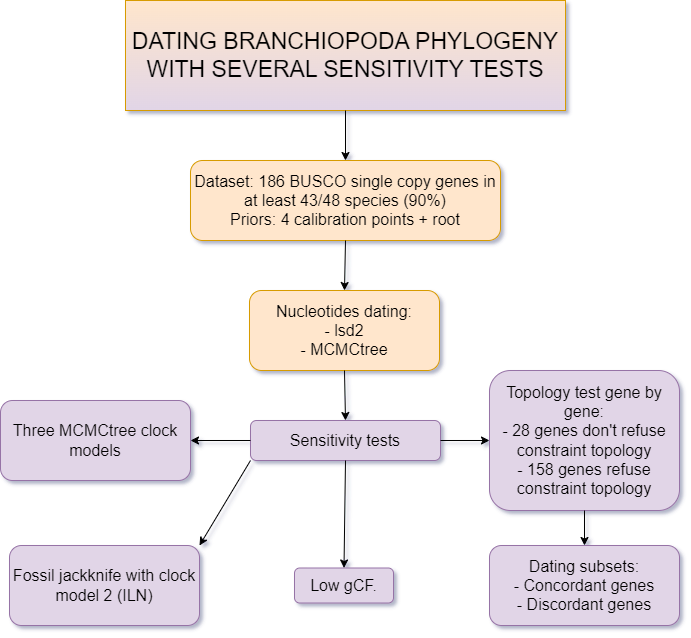
This is Images/Branchio_new_pipeline.drawio.png from NiccoloRighetti/Branchio_Tree, a draw.io export, as it was before one commit. Source tidied: cells renumbered, new cells last; positions are measured from the earlier drawing's top-left corner, leaving out a move shared by most shapes.
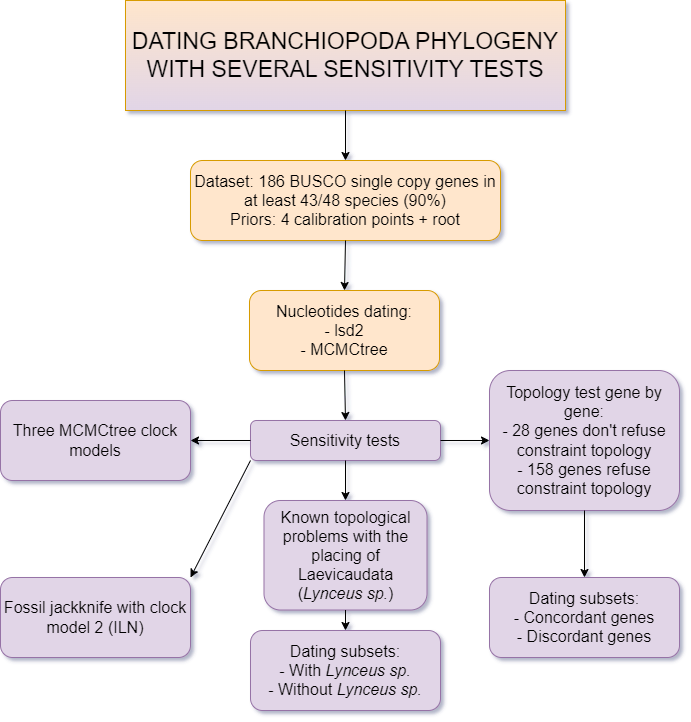
The same file after the commit.

The edit, as a diff of the source:
```diff
@@ -35,8 +35,8 @@
     <mxCell id="12" style="endArrow=classic;html=1;rounded=0;entryX=1;entryY=0.5;entryDx=0;entryDy=0;exitX=0;exitY=0.5;exitDx=0;exitDy=0;" parent="1" edge="1" source="7" target="11">
       <mxGeometry relative="1" as="geometry" />
     </mxCell>
-    <mxCell id="13" value="&lt;span style=&quot;font-size: 16px;&quot;&gt;Low gCF.&lt;br&gt;&lt;/span&gt;" style="rounded=1;whiteSpace=wrap;html=1;fillColor=#e1d5e7;strokeColor=#9673a6;" parent="1" vertex="1">
-      <mxGeometry x="294" y="567.5" width="99" height="35" as="geometry" />
+    <mxCell id="13" value="&lt;span style=&quot;font-size: 16px;&quot;&gt;Known topological problems with the placing of Laevicaudata (&lt;i&gt;Lynceus sp.&lt;/i&gt;)&lt;br&gt;&lt;/span&gt;" style="rounded=1;whiteSpace=wrap;html=1;fillColor=#e1d5e7;strokeColor=#9673a6;" parent="1" vertex="1">
+      <mxGeometry x="263.5" y="500" width="163" height="109.5" as="geometry" />
     </mxCell>
     <mxCell id="14" style="endArrow=classic;html=1;rounded=0;entryX=0.5;entryY=0;entryDx=0;entryDy=0;exitX=0.5;exitY=1;exitDx=0;exitDy=0;" parent="1" edge="1" source="7" target="13">
       <mxGeometry relative="1" as="geometry" />
@@ -45,13 +45,19 @@
       <mxGeometry relative="1" as="geometry" />
     </mxCell>
     <mxCell id="16" value="&lt;span style=&quot;font-size: 16px;&quot;&gt;Dating subsets:&lt;br&gt;- Concordant genes&lt;br&gt;- Discordant genes&lt;br&gt;&lt;/span&gt;" style="rounded=1;whiteSpace=wrap;html=1;fillColor=#e1d5e7;strokeColor=#9673a6;" parent="1" vertex="1">
-      <mxGeometry x="489" y="545" width="190" height="80" as="geometry" />
+      <mxGeometry x="489" y="577" width="190" height="80" as="geometry" />
     </mxCell>
     <mxCell id="17" value="&lt;span style=&quot;font-size: 16px;&quot;&gt;Fossil jackknife with clock model 2 (ILN)&lt;br&gt;&lt;/span&gt;" style="rounded=1;whiteSpace=wrap;html=1;fillColor=#e1d5e7;strokeColor=#9673a6;" parent="1" vertex="1">
-      <mxGeometry x="9" y="545" width="190" height="80" as="geometry" />
+      <mxGeometry y="577" width="190" height="80" as="geometry" />
     </mxCell>
     <mxCell id="18" style="endArrow=classic;html=1;rounded=0;entryX=1;entryY=0;entryDx=0;entryDy=0;exitX=0;exitY=1;exitDx=0;exitDy=0;" parent="1" edge="1" source="7" target="17">
       <mxGeometry relative="1" as="geometry" />
     </mxCell>
+    <mxCell id="19" value="&lt;font style=&quot;font-size: 16px;&quot;&gt;Dating subsets:&lt;br&gt;-&amp;nbsp;With&amp;nbsp;&lt;i style=&quot;border-color: var(--border-color);&quot;&gt;Lynceus sp.&lt;br&gt;&lt;/i&gt;&lt;/font&gt;&lt;span style=&quot;font-size: 16px;&quot;&gt;- Without &lt;i&gt;Lynceus sp.&lt;/i&gt;&lt;br&gt;&lt;/span&gt;" style="rounded=1;whiteSpace=wrap;html=1;fillColor=#e1d5e7;strokeColor=#9673a6;" parent="1" vertex="1">
+      <mxGeometry x="250" y="630" width="190" height="80" as="geometry" />
+    </mxCell>
+    <mxCell id="20" style="endArrow=classic;html=1;rounded=0;entryX=0.5;entryY=0;entryDx=0;entryDy=0;exitX=0.5;exitY=1;exitDx=0;exitDy=0;" parent="1" edge="1" source="13" target="19">
+      <mxGeometry relative="1" as="geometry" />
+    </mxCell>
   </root>
 </mxGraphModel>
```
